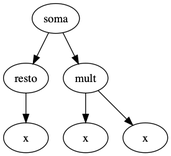
The Graphviz diagram best.dot.png in munifgebara/josiljs, before a commit. Its source is kept beside it as best.dot. The source it was exported from:
```dot
 digraph G23 {
N23 [label="soma"];
N23 -> N19;
N19 [label="resto"];
N19 -> N18;
N18 [label="x"];
N23 -> N22;
N22 [label="mult"];
N22 -> N20;
N20 [label="x"];
N22 -> N21;
N21 [label="x"];
}
 digraph G17 {
N17 [label="x"];
}
```
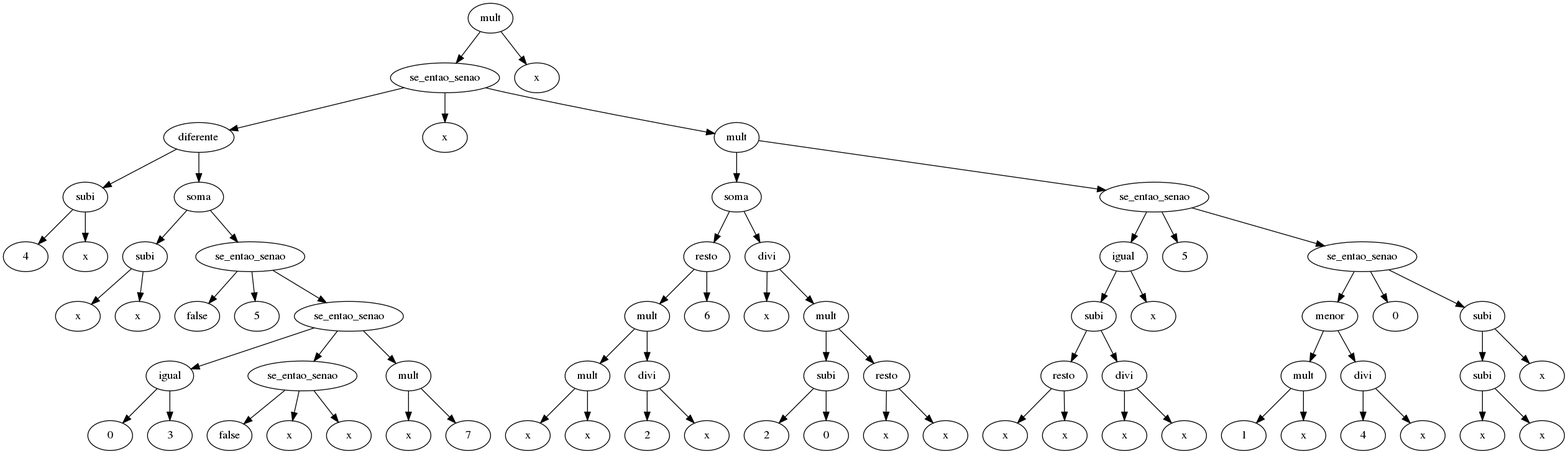
The same diagram one commit later.

What changed in the source:
```diff
@@ -1,16 +1,12 @@
- digraph G23 {
-N23 [label="soma"];
-N23 -> N19;
-N19 [label="resto"];
-N19 -> N18;
-N18 [label="x"];
-N23 -> N22;
-N22 [label="mult"];
-N22 -> N20;
-N20 [label="x"];
-N22 -> N21;
-N21 [label="x"];
+ digraph G44648 {
+N44648 [label="mult"];
+N44648 -> N44646;
+N44646 [label="cos"];
+N44646 -> N44645;
+N44645 [label="x"];
+N44648 -> N44647;
+N44647 [label="10"];
 }
- digraph G17 {
-N17 [label="x"];
+ digraph G44647 {
+N44647 [label="10"];
 }
```
